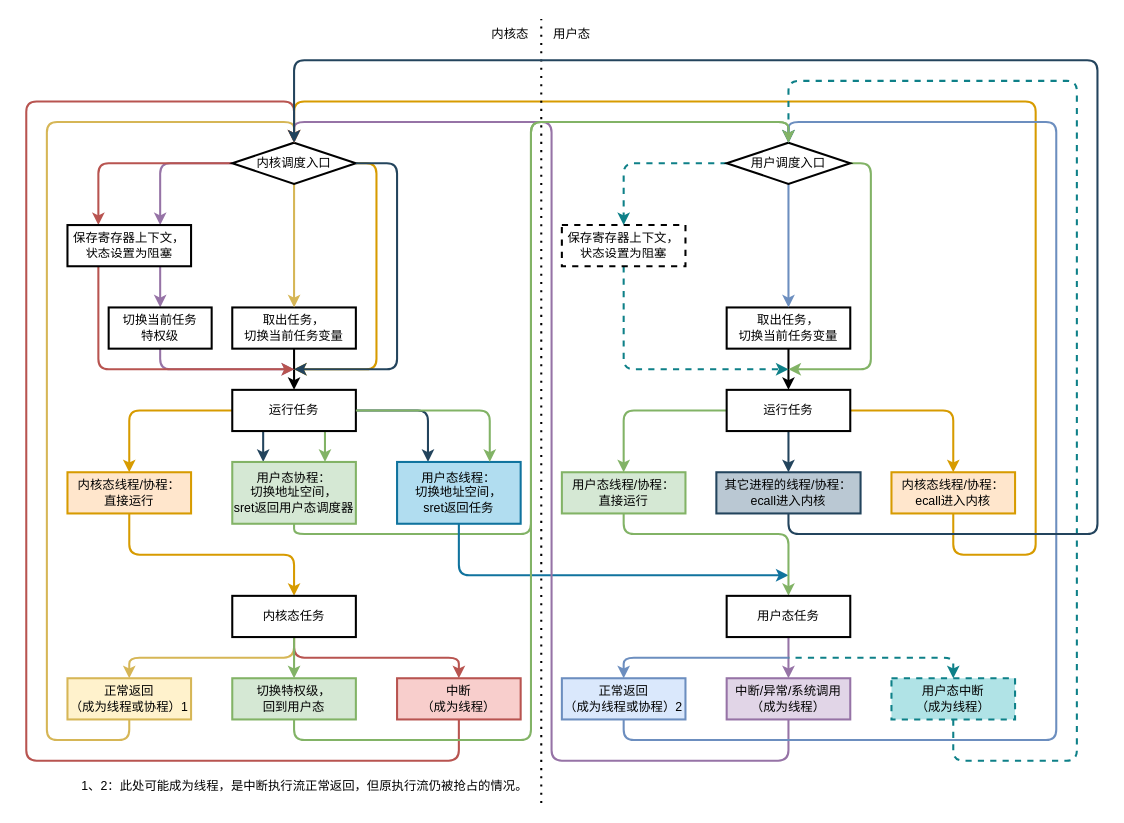
Earlier version of the draw.io diagram 26.3.9~26.3.15/任务切换模型（任务中保存多条执行流的情况）.drawio (rosy233333/weekly-progress). Source tidied: cells renumbered, new cells numbered last; positions are measured from the earlier drawing's top-left corner, leaving out a move shared by most shapes. Both pictures are drawn from the tidied source at 103%, with x=0, y=0 at pixel (-427, 19).
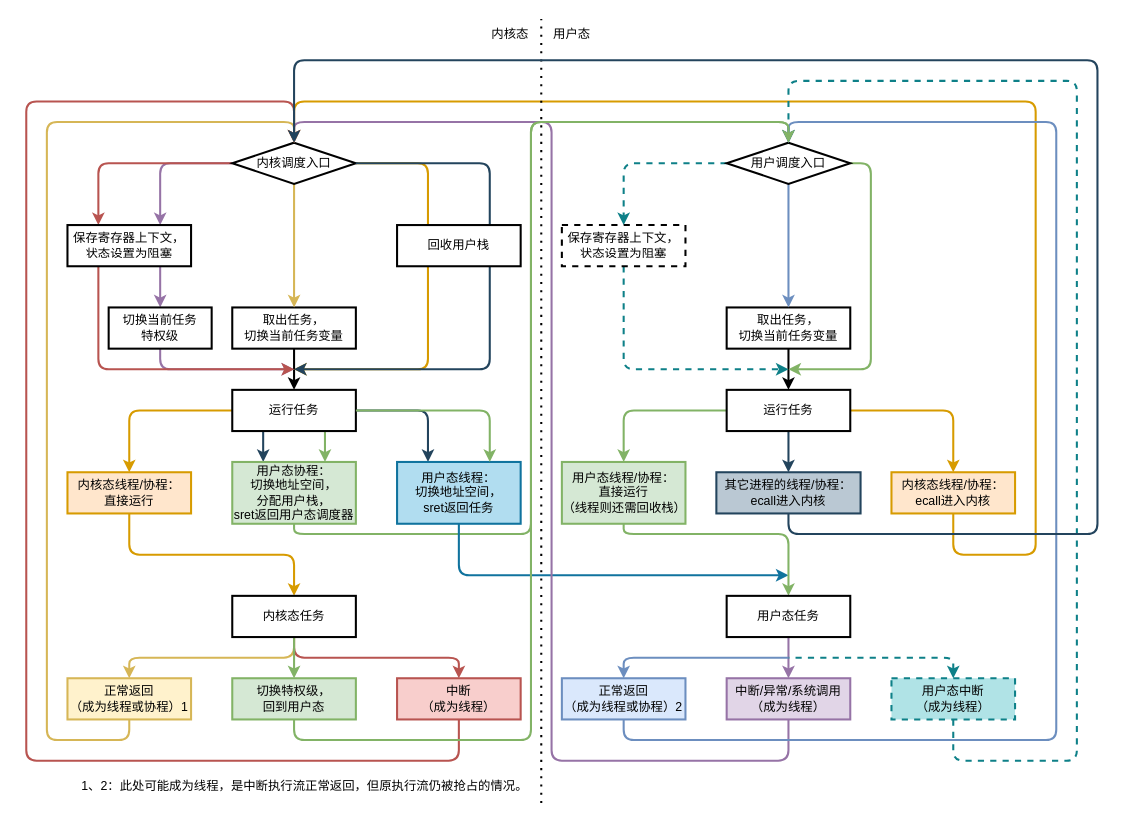
After the change.

Commit message (it also covers changes not shown here):
在流程图和接口中增加了栈管理相关内容。

Unchanged cells that the change refers to:
```xml
<mxCell id="14" value="内核调度入口" style="rhombus;whiteSpace=wrap;html=1;strokeWidth=2;" parent="1" vertex="1">
  <mxGeometry x="640" y="120" width="120" height="40" as="geometry" />
</mxCell>
```

The edit, as a diff of the source:
```diff
@@
     <mxCell id="11" style="edgeStyle=orthogonalEdgeStyle;html=1;exitX=1;exitY=0.5;exitDx=0;exitDy=0;fillColor=#ffe6cc;strokeColor=#d79b00;strokeWidth=2;" parent="1" edge="1" source="14">
       <mxGeometry relative="1" as="geometry">
         <mxPoint x="700" y="340" as="targetPoint" />
         <Array as="points">
-          <mxPoint x="780" y="140" />
-          <mxPoint x="780" y="340" />
+          <mxPoint x="830" y="140" />
+          <mxPoint x="830" y="340" />
         </Array>
       </mxGeometry>
     </mxCell>
@@
-    <mxCell id="22" value="&lt;font style=&quot;color: rgb(0, 0, 0);&quot;&gt;用户态协程：&lt;/font&gt;&lt;div&gt;&lt;font style=&quot;color: rgb(0, 0, 0);&quot;&gt;切换地址空间，&lt;br&gt;&lt;/font&gt;&lt;div&gt;&lt;font style=&quot;color: rgb(0, 0, 0);&quot;&gt;sret返回用户态调度器&lt;/font&gt;&lt;/div&gt;&lt;/div&gt;" style="rounded=0;whiteSpace=wrap;html=1;strokeWidth=2;fillColor=#d5e8d4;strokeColor=#82b366;" parent="1" vertex="1">
+    <mxCell id="22" value="&lt;font style=&quot;color: rgb(0, 0, 0);&quot;&gt;用户态协程：&lt;/font&gt;&lt;div&gt;&lt;font style=&quot;color: rgb(0, 0, 0);&quot;&gt;切换地址空间，&lt;/font&gt;&lt;/div&gt;&lt;div&gt;&lt;font style=&quot;color: rgb(0, 0, 0);&quot;&gt;&lt;font style=&quot;color: rgb(0, 0, 0);&quot;&gt;分配用户栈，&lt;/font&gt;&lt;br&gt;&lt;/font&gt;&lt;div&gt;&lt;font style=&quot;color: rgb(0, 0, 0);&quot;&gt;sret返回用户态调度器&lt;/font&gt;&lt;/div&gt;&lt;/div&gt;" style="rounded=0;whiteSpace=wrap;html=1;strokeWidth=2;fillColor=#d5e8d4;strokeColor=#82b366;" parent="1" vertex="1">
       <mxGeometry x="640" y="430" width="120" height="60" as="geometry" />
     </mxCell>
@@
-    <mxCell id="38" value="&lt;font style=&quot;color: rgb(0, 0, 0);&quot;&gt;用户态线程/协程：&lt;/font&gt;&lt;div&gt;&lt;font style=&quot;color: rgb(0, 0, 0);&quot;&gt;直接运行&lt;/font&gt;&lt;/div&gt;" style="rounded=0;whiteSpace=wrap;html=1;strokeWidth=2;fillColor=#d5e8d4;strokeColor=#82b366;" parent="1" vertex="1">
-      <mxGeometry x="960" y="440" width="120" height="40" as="geometry" />
+    <mxCell id="38" value="&lt;font style=&quot;scrollbar-color: rgb(226, 226, 226) rgb(251, 251, 251); color: rgb(0, 0, 0);&quot;&gt;用户态线程/协程：&lt;/font&gt;&lt;div style=&quot;color: rgb(63, 63, 63); scrollbar-color: rgb(226, 226, 226) rgb(251, 251, 251);&quot;&gt;&lt;font style=&quot;scrollbar-color: rgb(226, 226, 226) rgb(251, 251, 251); color: rgb(0, 0, 0);&quot;&gt;直接运行&lt;/font&gt;&lt;/div&gt;&lt;div style=&quot;color: rgb(63, 63, 63); scrollbar-color: rgb(226, 226, 226) rgb(251, 251, 251);&quot;&gt;&lt;font style=&quot;scrollbar-color: rgb(226, 226, 226) rgb(251, 251, 251); color: rgb(0, 0, 0);&quot;&gt;（线程则还需回收栈）&lt;/font&gt;&lt;/div&gt;" style="rounded=0;whiteSpace=wrap;html=1;strokeWidth=2;fillColor=#d5e8d4;strokeColor=#82b366;" parent="1" vertex="1">
+      <mxGeometry x="960" y="430" width="120" height="60" as="geometry" />
     </mxCell>
@@
     <mxCell id="64" style="edgeStyle=orthogonalEdgeStyle;html=1;exitX=1;exitY=0.5;exitDx=0;exitDy=0;fillColor=#bac8d3;strokeColor=#23445d;strokeWidth=2;" parent="1" edge="1">
       <mxGeometry relative="1" as="geometry">
         <mxPoint x="760" y="140" as="sourcePoint" />
         <mxPoint x="700" y="340" as="targetPoint" />
         <Array as="points">
-          <mxPoint x="800" y="140" />
-          <mxPoint x="800" y="340" />
+          <mxPoint x="890" y="140" />
+          <mxPoint x="890" y="340" />
         </Array>
       </mxGeometry>
     </mxCell>
@@
+    <mxCell id="70" value="回收用户栈" style="rounded=0;whiteSpace=wrap;html=1;strokeWidth=2;" parent="1" vertex="1">
+      <mxGeometry x="800" y="200" width="120" height="40" as="geometry" />
+    </mxCell>
```
